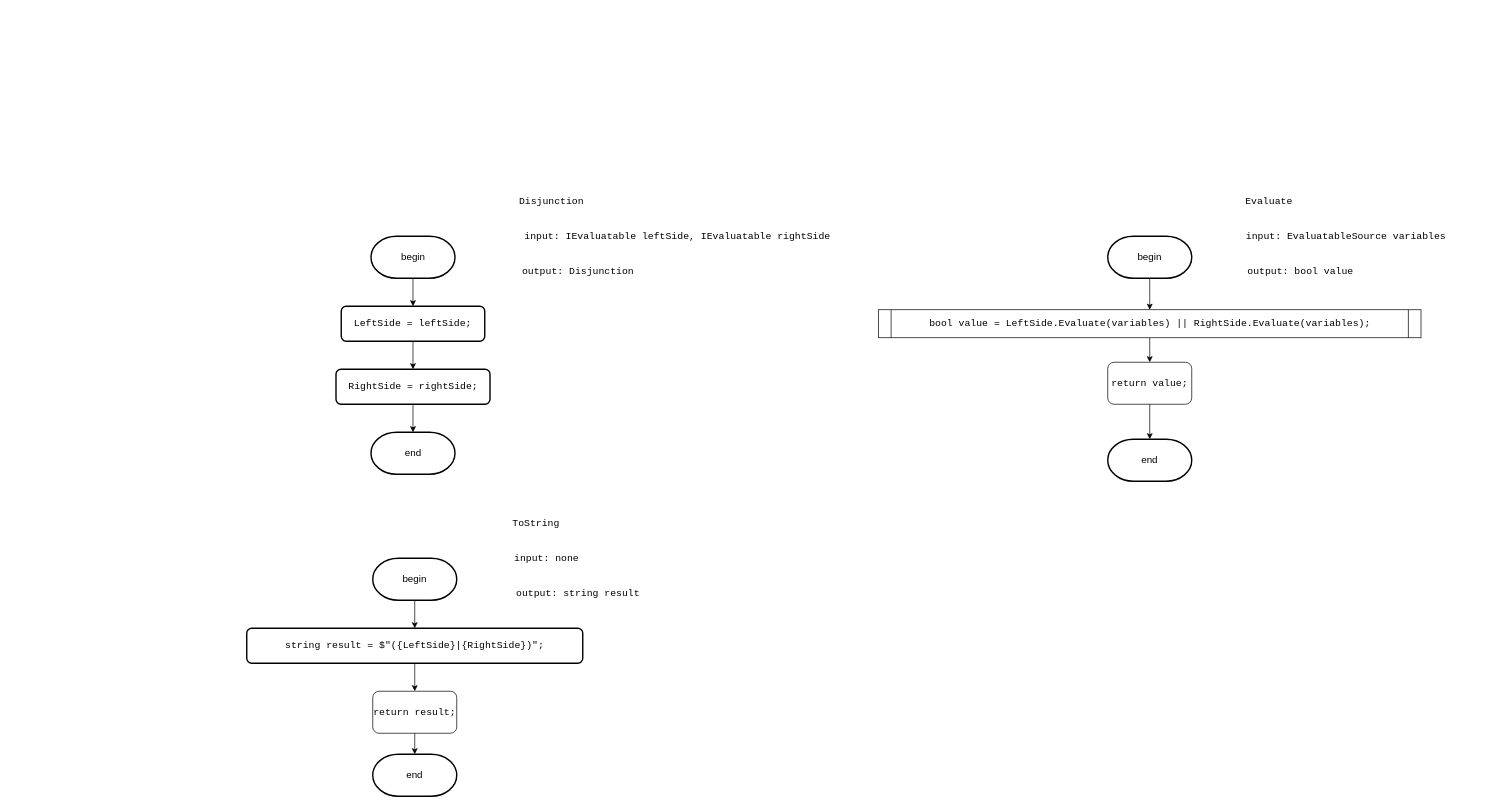
Above: Diagrams/disjunction.drawio in slavikovics/FictionalVariables (draw.io), before the change. Source tidied: cells renumbered, new cells numbered last; positions are measured from the earlier drawing's top-left corner, leaving out a move shared by most shapes. Both pictures are drawn from the tidied source at 70%, with x=0, y=0 at pixel (246, 180).
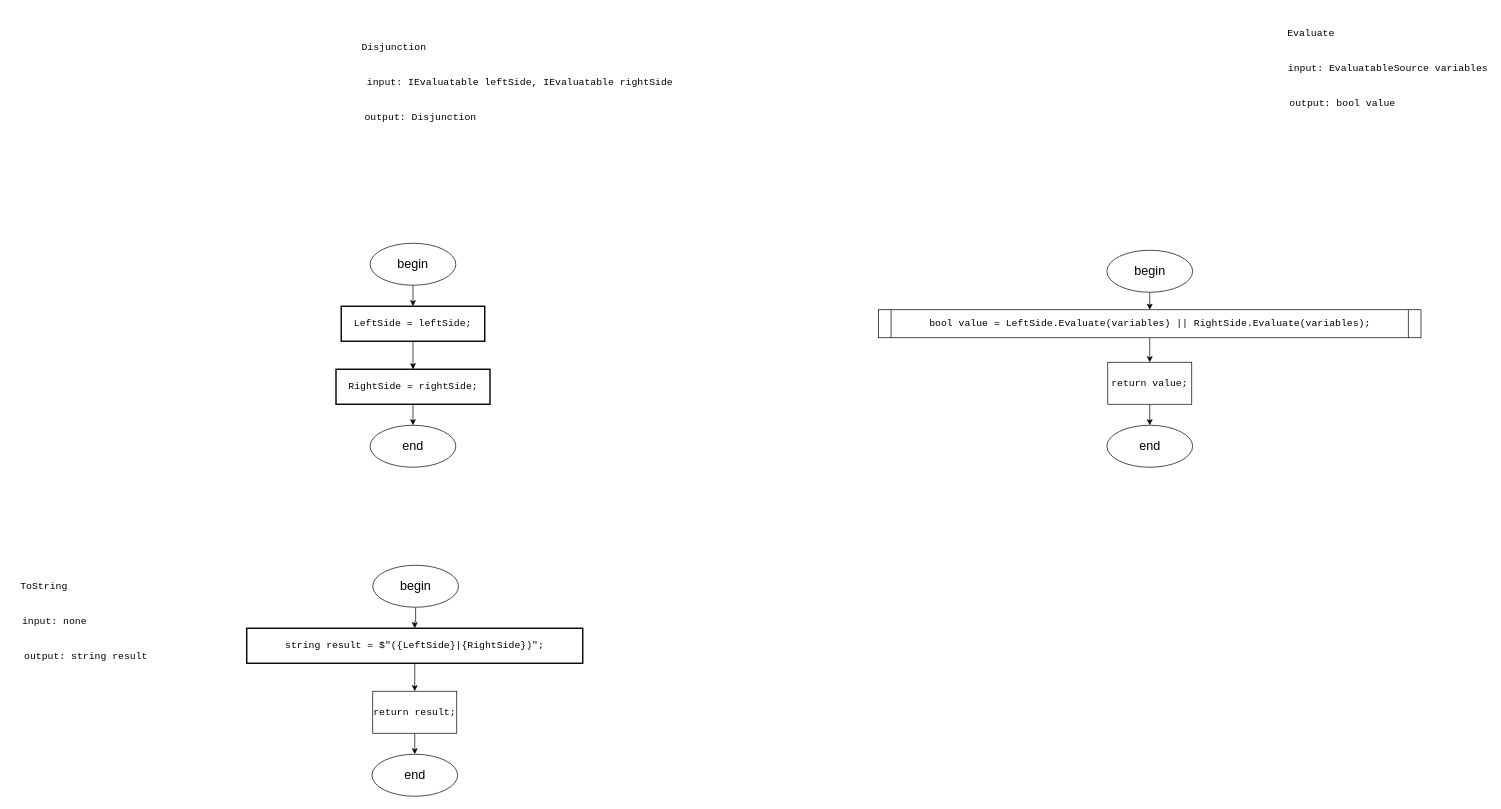
The same page after the edit.

Unchanged cells that the change refers to:
```xml
<mxCell id="27" value="&lt;pre style=&quot;font-family: &amp;quot;JetBrains Mono&amp;quot;, monospace;&quot;&gt;&lt;span style=&quot;&quot;&gt;bool &lt;/span&gt;&lt;span style=&quot;&quot;&gt;value &lt;/span&gt;= LeftSide.&lt;span style=&quot;&quot;&gt;Evaluate&lt;/span&gt;(&lt;span style=&quot;&quot;&gt;variables&lt;/span&gt;) || RightSide.&lt;span style=&quot;&quot;&gt;Evaluate&lt;/span&gt;(&lt;span style=&quot;&quot;&gt;variables&lt;/span&gt;);&lt;/pre&gt;" style="shape=process;whiteSpace=wrap;html=1;backgroundOutline=1;size=0.022988505747126436;labelBackgroundColor=none;fontSize=14;fontColor=#000000;" parent="1" vertex="1">
  <mxGeometry x="902.5" y="185" width="775" height="40" as="geometry" />
</mxCell>
```

The edit, as a diff of the source:
```diff
@@
     <mxCell id="2" value="&lt;div&gt;&lt;pre style=&quot;font-family: &amp;quot;JetBrains Mono&amp;quot;, monospace;&quot;&gt;&lt;font style=&quot;&quot;&gt;Disjunction&lt;/font&gt;&lt;/pre&gt;&lt;/div&gt;" style="text;html=1;align=center;verticalAlign=middle;strokeColor=none;fillColor=none;labelBackgroundColor=none;fontSize=14;fontColor=#000000;" parent="1" vertex="1">
-      <mxGeometry x="380" width="110" height="60" as="geometry" />
+      <mxGeometry x="155" y="-220" width="110" height="60" as="geometry" />
     </mxCell>
-    <mxCell id="3" style="edgeStyle=orthogonalEdgeStyle;rounded=0;jettySize=auto;html=1;exitX=0.5;exitY=1;exitDx=0;exitDy=0;exitPerimeter=0;entryX=0.5;entryY=0;entryDx=0;entryDy=0;labelBackgroundColor=none;fontSize=14;fontColor=#000000;" parent="1" edge="1" source="4" target="6">
-      <mxGeometry relative="1" as="geometry" />
-    </mxCell>
-    <mxCell id="4" value="begin" style="strokeWidth=2;html=1;shape=mxgraph.flowchart.terminator;whiteSpace=wrap;labelBackgroundColor=none;fontSize=14;fontColor=#000000;" parent="1" vertex="1">
-      <mxGeometry x="177.5" y="80" width="120" height="60" as="geometry" />
-    </mxCell>
@@
-    <mxCell id="6" value="&lt;div style=&quot;&quot;&gt;&lt;pre style=&quot;font-family: &amp;quot;JetBrains Mono&amp;quot;, monospace;&quot;&gt;LeftSide = &lt;span style=&quot;&quot;&gt;leftSide&lt;/span&gt;;&lt;/pre&gt;&lt;/div&gt;" style="rounded=1;whiteSpace=wrap;html=1;absoluteArcSize=1;arcSize=14;strokeWidth=2;labelBackgroundColor=none;fontSize=14;fontColor=#000000;" parent="1" vertex="1">
+    <mxCell id="6" value="&lt;div style=&quot;&quot;&gt;&lt;pre style=&quot;font-family: &amp;quot;JetBrains Mono&amp;quot;, monospace;&quot;&gt;LeftSide = &lt;span style=&quot;&quot;&gt;leftSide&lt;/span&gt;;&lt;/pre&gt;&lt;/div&gt;" style="rounded=0;whiteSpace=wrap;html=1;absoluteArcSize=1;arcSize=14;strokeWidth=2;labelBackgroundColor=none;fontSize=14;fontColor=#000000;" parent="1" vertex="1">
       <mxGeometry x="135" y="180" width="205" height="50" as="geometry" />
     </mxCell>
+    <mxCell id="32" style="edgeStyle=orthogonalEdgeStyle;rounded=0;jettySize=auto;html=1;exitX=0.5;exitY=1;exitDx=0;exitDy=0;entryX=0.5;entryY=0;entryDx=0;entryDy=0;" parent="1" edge="1" source="7" target="41">
+      <mxGeometry relative="1" as="geometry" />
+    </mxCell>
-    <mxCell id="7" value="&lt;div style=&quot;&quot;&gt;&lt;pre style=&quot;font-family: &amp;quot;JetBrains Mono&amp;quot;, monospace;&quot;&gt;&lt;div&gt;&lt;pre style=&quot;font-family: &amp;quot;JetBrains Mono&amp;quot;, monospace;&quot;&gt;RightSide = &lt;span style=&quot;&quot;&gt;rightSide&lt;/span&gt;;&lt;/pre&gt;&lt;/div&gt;&lt;/pre&gt;&lt;/div&gt;" style="rounded=1;whiteSpace=wrap;html=1;absoluteArcSize=1;arcSize=14;strokeWidth=2;labelBackgroundColor=none;fontSize=14;fontColor=#000000;" parent="1" vertex="1">
+    <mxCell id="7" value="&lt;div style=&quot;&quot;&gt;&lt;pre style=&quot;font-family: &amp;quot;JetBrains Mono&amp;quot;, monospace;&quot;&gt;&lt;div&gt;&lt;pre style=&quot;font-family: &amp;quot;JetBrains Mono&amp;quot;, monospace;&quot;&gt;RightSide = &lt;span style=&quot;&quot;&gt;rightSide&lt;/span&gt;;&lt;/pre&gt;&lt;/div&gt;&lt;/pre&gt;&lt;/div&gt;" style="rounded=0;whiteSpace=wrap;html=1;absoluteArcSize=1;arcSize=14;strokeWidth=2;labelBackgroundColor=none;fontSize=14;fontColor=#000000;" parent="1" vertex="1">
       <mxGeometry x="127.5" y="270" width="220" height="50" as="geometry" />
     </mxCell>
     <mxCell id="8" value="&lt;pre style=&quot;font-family: &amp;quot;JetBrains Mono&amp;quot;, monospace;&quot;&gt;input: IEvaluatable leftSide, IEvaluatable rightSide&lt;/pre&gt;" style="text;html=1;align=center;verticalAlign=middle;strokeColor=none;fillColor=none;labelBackgroundColor=none;fontSize=14;fontColor=#000000;" parent="1" vertex="1">
-      <mxGeometry x="405" y="50" width="420" height="60" as="geometry" />
+      <mxGeometry x="180" y="-170" width="420" height="60" as="geometry" />
     </mxCell>
     <mxCell id="9" value="&lt;pre style=&quot;font-family: &amp;quot;JetBrains Mono&amp;quot;, monospace;&quot;&gt;output: Disjunction&lt;/pre&gt;" style="text;html=1;align=center;verticalAlign=middle;strokeColor=none;fillColor=none;labelBackgroundColor=none;fontSize=14;fontColor=#000000;" parent="1" vertex="1">
-      <mxGeometry x="387.5" y="100" width="170" height="60" as="geometry" />
+      <mxGeometry x="162.5" y="-120" width="170" height="60" as="geometry" />
     </mxCell>
-    <mxCell id="10" value="end" style="strokeWidth=2;html=1;shape=mxgraph.flowchart.terminator;whiteSpace=wrap;labelBackgroundColor=none;fontSize=14;fontColor=#000000;" parent="1" vertex="1">
-      <mxGeometry x="177.5" y="360" width="120" height="60" as="geometry" />
-    </mxCell>
-    <mxCell id="11" style="edgeStyle=orthogonalEdgeStyle;rounded=0;jettySize=auto;html=1;exitX=0.5;exitY=1;exitDx=0;exitDy=0;entryX=0.5;entryY=0;entryDx=0;entryDy=0;entryPerimeter=0;labelBackgroundColor=none;fontSize=14;fontColor=#000000;" parent="1" edge="1" source="7" target="10">
-      <mxGeometry relative="1" as="geometry" />
-    </mxCell>
     <mxCell id="12" value="&lt;pre style=&quot;font-family: &amp;quot;JetBrains Mono&amp;quot;, monospace;&quot;&gt;Evaluate&lt;/pre&gt;" style="text;html=1;align=center;verticalAlign=middle;strokeColor=none;fillColor=none;labelBackgroundColor=none;fontSize=14;fontColor=#000000;" parent="1" vertex="1">
-      <mxGeometry x="1415" width="90" height="60" as="geometry" />
+      <mxGeometry x="1475" y="-240" width="90" height="60" as="geometry" />
     </mxCell>
-    <mxCell id="13" style="edgeStyle=orthogonalEdgeStyle;rounded=0;jettySize=auto;html=1;exitX=0.5;exitY=1;exitDx=0;exitDy=0;exitPerimeter=0;entryX=0.5;entryY=0;entryDx=0;entryDy=0;labelBackgroundColor=none;fontSize=14;fontColor=#000000;" parent="1" edge="1" source="14" target="27">
-      <mxGeometry relative="1" as="geometry" />
-    </mxCell>
-    <mxCell id="14" value="begin" style="strokeWidth=2;html=1;shape=mxgraph.flowchart.terminator;whiteSpace=wrap;labelBackgroundColor=none;fontSize=14;fontColor=#000000;" parent="1" vertex="1">
-      <mxGeometry x="1230" y="80" width="120" height="60" as="geometry" />
-    </mxCell>
     <mxCell id="15" value="&lt;pre style=&quot;font-family: &amp;quot;JetBrains Mono&amp;quot;, monospace;&quot;&gt;input: EvaluatableSource &lt;span style=&quot;white-space-collapse: collapse;&quot;&gt;variables&lt;/span&gt;&lt;/pre&gt;" style="text;html=1;align=center;verticalAlign=middle;strokeColor=none;fillColor=none;labelBackgroundColor=none;fontSize=14;fontColor=#000000;" parent="1" vertex="1">
-      <mxGeometry x="1425" y="50" width="290" height="60" as="geometry" />
+      <mxGeometry x="1485" y="-190" width="290" height="60" as="geometry" />
     </mxCell>
     <mxCell id="16" value="&lt;pre style=&quot;font-family: &amp;quot;JetBrains Mono&amp;quot;, monospace;&quot;&gt;output: bool value&lt;/pre&gt;" style="text;html=1;align=center;verticalAlign=middle;strokeColor=none;fillColor=none;labelBackgroundColor=none;fontSize=14;fontColor=#000000;" parent="1" vertex="1">
-      <mxGeometry x="1425" y="100" width="160" height="60" as="geometry" />
+      <mxGeometry x="1485" y="-140" width="160" height="60" as="geometry" />
     </mxCell>
-    <mxCell id="17" value="end" style="strokeWidth=2;html=1;shape=mxgraph.flowchart.terminator;whiteSpace=wrap;labelBackgroundColor=none;fontSize=14;fontColor=#000000;" parent="1" vertex="1">
-      <mxGeometry x="1230" y="370" width="120" height="60" as="geometry" />
-    </mxCell>
     <mxCell id="18" value="&lt;pre style=&quot;font-family: &amp;quot;JetBrains Mono&amp;quot;, monospace;&quot;&gt;ToString&lt;/pre&gt;" style="text;html=1;align=center;verticalAlign=middle;strokeColor=none;fillColor=none;labelBackgroundColor=none;fontSize=14;fontColor=#000000;" parent="1" vertex="1">
-      <mxGeometry x="367.5" y="460" width="90" height="60" as="geometry" />
+      <mxGeometry x="-335" y="550" width="90" height="60" as="geometry" />
     </mxCell>
-    <mxCell id="19" style="edgeStyle=orthogonalEdgeStyle;rounded=0;jettySize=auto;html=1;exitX=0.5;exitY=1;exitDx=0;exitDy=0;exitPerimeter=0;entryX=0.5;entryY=0;entryDx=0;entryDy=0;labelBackgroundColor=none;fontSize=14;fontColor=#000000;" parent="1" edge="1" source="20" target="22">
-      <mxGeometry relative="1" as="geometry" />
-    </mxCell>
-    <mxCell id="20" value="begin" style="strokeWidth=2;html=1;shape=mxgraph.flowchart.terminator;whiteSpace=wrap;labelBackgroundColor=none;fontSize=14;fontColor=#000000;" parent="1" vertex="1">
-      <mxGeometry x="180" y="540" width="120" height="60" as="geometry" />
-    </mxCell>
@@
-    <mxCell id="22" value="&lt;div style=&quot;&quot;&gt;&lt;pre style=&quot;font-family: &amp;quot;JetBrains Mono&amp;quot;, monospace;&quot;&gt;&lt;pre style=&quot;font-family: &amp;quot;JetBrains Mono&amp;quot;, monospace;&quot;&gt;&lt;pre style=&quot;font-family: &amp;quot;JetBrains Mono&amp;quot;, monospace;&quot;&gt;&lt;div&gt;&lt;pre style=&quot;font-family: &amp;quot;JetBrains Mono&amp;quot;, monospace;&quot;&gt;&lt;span style=&quot;&quot;&gt;string &lt;/span&gt;result = &lt;span style=&quot;&quot;&gt;$&quot;(&lt;/span&gt;{LeftSide}&lt;span style=&quot;&quot;&gt;|&lt;/span&gt;{RightSide}&lt;span style=&quot;&quot;&gt;)&quot;&lt;/span&gt;;&lt;/pre&gt;&lt;/div&gt;&lt;/pre&gt;&lt;/pre&gt;&lt;/pre&gt;&lt;/div&gt;" style="rounded=1;whiteSpace=wrap;html=1;absoluteArcSize=1;arcSize=14;strokeWidth=2;labelBackgroundColor=none;fontSize=14;fontColor=#000000;" parent="1" vertex="1">
+    <mxCell id="22" value="&lt;div style=&quot;&quot;&gt;&lt;pre style=&quot;font-family: &amp;quot;JetBrains Mono&amp;quot;, monospace;&quot;&gt;&lt;pre style=&quot;font-family: &amp;quot;JetBrains Mono&amp;quot;, monospace;&quot;&gt;&lt;pre style=&quot;font-family: &amp;quot;JetBrains Mono&amp;quot;, monospace;&quot;&gt;&lt;div&gt;&lt;pre style=&quot;font-family: &amp;quot;JetBrains Mono&amp;quot;, monospace;&quot;&gt;&lt;span style=&quot;&quot;&gt;string &lt;/span&gt;result = &lt;span style=&quot;&quot;&gt;$&quot;(&lt;/span&gt;{LeftSide}&lt;span style=&quot;&quot;&gt;|&lt;/span&gt;{RightSide}&lt;span style=&quot;&quot;&gt;)&quot;&lt;/span&gt;;&lt;/pre&gt;&lt;/div&gt;&lt;/pre&gt;&lt;/pre&gt;&lt;/pre&gt;&lt;/div&gt;" style="rounded=0;whiteSpace=wrap;html=1;absoluteArcSize=1;arcSize=14;strokeWidth=2;labelBackgroundColor=none;fontSize=14;fontColor=#000000;" parent="1" vertex="1">
       <mxGeometry y="640" width="480" height="50" as="geometry" />
     </mxCell>
     <mxCell id="23" value="&lt;pre style=&quot;font-family: &amp;quot;JetBrains Mono&amp;quot;, monospace;&quot;&gt;input: none&lt;/pre&gt;" style="text;html=1;align=center;verticalAlign=middle;strokeColor=none;fillColor=none;labelBackgroundColor=none;fontSize=14;fontColor=#000000;" parent="1" vertex="1">
-      <mxGeometry x="372.5" y="510" width="110" height="60" as="geometry" />
+      <mxGeometry x="-330" y="600" width="110" height="60" as="geometry" />
     </mxCell>
     <mxCell id="24" value="&lt;pre style=&quot;font-family: &amp;quot;JetBrains Mono&amp;quot;, monospace;&quot;&gt;output: string result&lt;/pre&gt;" style="text;html=1;align=center;verticalAlign=middle;strokeColor=none;fillColor=none;labelBackgroundColor=none;fontSize=14;fontColor=#000000;" parent="1" vertex="1">
-      <mxGeometry x="377.5" y="560" width="190" height="60" as="geometry" />
+      <mxGeometry x="-325" y="650" width="190" height="60" as="geometry" />
     </mxCell>
-    <mxCell id="25" value="end" style="strokeWidth=2;html=1;shape=mxgraph.flowchart.terminator;whiteSpace=wrap;labelBackgroundColor=none;fontSize=14;fontColor=#000000;" parent="1" vertex="1">
-      <mxGeometry x="180" y="820" width="120" height="60" as="geometry" />
-    </mxCell>
@@
+    <mxCell id="33" style="edgeStyle=orthogonalEdgeStyle;rounded=0;jettySize=auto;html=1;exitX=0.5;exitY=1;exitDx=0;exitDy=0;entryX=0.5;entryY=0;entryDx=0;entryDy=0;" parent="1" edge="1" source="28" target="43">
+      <mxGeometry relative="1" as="geometry" />
+    </mxCell>
-    <mxCell id="28" value="&lt;div style=&quot;&quot;&gt;&lt;pre style=&quot;font-family: &amp;quot;JetBrains Mono&amp;quot;, monospace;&quot;&gt;&lt;span style=&quot;&quot;&gt;return &lt;/span&gt;&lt;span style=&quot;&quot;&gt;result&lt;/span&gt;;&lt;/pre&gt;&lt;/div&gt;" style="rounded=1;whiteSpace=wrap;html=1;labelBackgroundColor=none;fontSize=14;fontColor=#000000;" parent="1" vertex="1">
+    <mxCell id="28" value="&lt;div style=&quot;&quot;&gt;&lt;pre style=&quot;font-family: &amp;quot;JetBrains Mono&amp;quot;, monospace;&quot;&gt;&lt;span style=&quot;&quot;&gt;return &lt;/span&gt;&lt;span style=&quot;&quot;&gt;result&lt;/span&gt;;&lt;/pre&gt;&lt;/div&gt;" style="rounded=0;whiteSpace=wrap;html=1;labelBackgroundColor=none;fontSize=14;fontColor=#000000;" parent="1" vertex="1">
       <mxGeometry x="180" y="730" width="120" height="60" as="geometry" />
     </mxCell>
-    <mxCell id="29" style="edgeStyle=orthogonalEdgeStyle;rounded=0;jettySize=auto;html=1;exitX=0.5;exitY=1;exitDx=0;exitDy=0;entryX=0.5;entryY=0;entryDx=0;entryDy=0;entryPerimeter=0;labelBackgroundColor=none;fontSize=14;fontColor=#000000;" parent="1" edge="1" source="28" target="25">
-      <mxGeometry relative="1" as="geometry" />
-    </mxCell>
+    <mxCell id="34" style="edgeStyle=orthogonalEdgeStyle;rounded=0;jettySize=auto;html=1;exitX=0.5;exitY=1;exitDx=0;exitDy=0;entryX=0.5;entryY=0;entryDx=0;entryDy=0;" parent="1" edge="1" source="30" target="42">
+      <mxGeometry relative="1" as="geometry" />
+    </mxCell>
-    <mxCell id="30" value="&lt;div style=&quot;&quot;&gt;&lt;pre style=&quot;font-family: &amp;quot;JetBrains Mono&amp;quot;, monospace;&quot;&gt;&lt;span style=&quot;&quot;&gt;return &lt;/span&gt;&lt;span style=&quot;&quot;&gt;value&lt;/span&gt;;&lt;/pre&gt;&lt;/div&gt;" style="rounded=1;whiteSpace=wrap;html=1;labelBackgroundColor=none;fontSize=14;fontColor=#000000;" parent="1" vertex="1">
+    <mxCell id="30" value="&lt;div style=&quot;&quot;&gt;&lt;pre style=&quot;font-family: &amp;quot;JetBrains Mono&amp;quot;, monospace;&quot;&gt;&lt;span style=&quot;&quot;&gt;return &lt;/span&gt;&lt;span style=&quot;&quot;&gt;value&lt;/span&gt;;&lt;/pre&gt;&lt;/div&gt;" style="rounded=0;whiteSpace=wrap;html=1;labelBackgroundColor=none;fontSize=14;fontColor=#000000;" parent="1" vertex="1">
       <mxGeometry x="1230" y="260" width="120" height="60" as="geometry" />
     </mxCell>
-    <mxCell id="31" style="edgeStyle=orthogonalEdgeStyle;rounded=0;jettySize=auto;html=1;exitX=0.5;exitY=1;exitDx=0;exitDy=0;entryX=0.5;entryY=0;entryDx=0;entryDy=0;entryPerimeter=0;labelBackgroundColor=none;fontSize=14;fontColor=#000000;" parent="1" edge="1" source="30" target="17">
-      <mxGeometry relative="1" as="geometry" />
-    </mxCell>
+    <mxCell id="35" style="edgeStyle=orthogonalEdgeStyle;rounded=0;jettySize=auto;html=1;exitX=0.5;exitY=1;exitDx=0;exitDy=0;entryX=0.5;entryY=0;entryDx=0;entryDy=0;" parent="1" edge="1" source="36" target="6">
+      <mxGeometry relative="1" as="geometry" />
+    </mxCell>
+    <mxCell id="36" value="&lt;font style=&quot;font-size: 18px;&quot;&gt;begin&lt;/font&gt;" style="ellipse;whiteSpace=wrap;html=1;" parent="1" vertex="1">
+      <mxGeometry x="176.2" y="90" width="122.5" height="60" as="geometry" />
+    </mxCell>
+    <mxCell id="37" style="edgeStyle=orthogonalEdgeStyle;rounded=0;jettySize=auto;html=1;exitX=0.5;exitY=1;exitDx=0;exitDy=0;" parent="1" edge="1" source="38" target="22">
+      <mxGeometry relative="1" as="geometry" />
+    </mxCell>
+    <mxCell id="38" value="&lt;font style=&quot;font-size: 18px;&quot;&gt;begin&lt;/font&gt;" style="ellipse;whiteSpace=wrap;html=1;" parent="1" vertex="1">
+      <mxGeometry x="180" y="550" width="122.5" height="60" as="geometry" />
+    </mxCell>
+    <mxCell id="39" style="edgeStyle=orthogonalEdgeStyle;rounded=0;jettySize=auto;html=1;exitX=0.5;exitY=1;exitDx=0;exitDy=0;entryX=0.5;entryY=0;entryDx=0;entryDy=0;" parent="1" edge="1" source="40" target="27">
+      <mxGeometry relative="1" as="geometry" />
+    </mxCell>
+    <mxCell id="40" value="&lt;font style=&quot;font-size: 18px;&quot;&gt;begin&lt;/font&gt;" style="ellipse;whiteSpace=wrap;html=1;" parent="1" vertex="1">
+      <mxGeometry x="1228.8" y="100" width="122.5" height="60" as="geometry" />
+    </mxCell>
+    <mxCell id="41" value="&lt;font style=&quot;font-size: 18px;&quot;&gt;end&lt;/font&gt;" style="ellipse;whiteSpace=wrap;html=1;" parent="1" vertex="1">
+      <mxGeometry x="176.2" y="350" width="122.5" height="60" as="geometry" />
+    </mxCell>
+    <mxCell id="42" value="&lt;font style=&quot;font-size: 18px;&quot;&gt;end&lt;/font&gt;" style="ellipse;whiteSpace=wrap;html=1;" parent="1" vertex="1">
+      <mxGeometry x="1228.8" y="350" width="122.5" height="60" as="geometry" />
+    </mxCell>
+    <mxCell id="43" value="&lt;font style=&quot;font-size: 18px;&quot;&gt;end&lt;/font&gt;" style="ellipse;whiteSpace=wrap;html=1;" parent="1" vertex="1">
+      <mxGeometry x="178.8" y="820" width="122.5" height="60" as="geometry" />
+    </mxCell>
```
